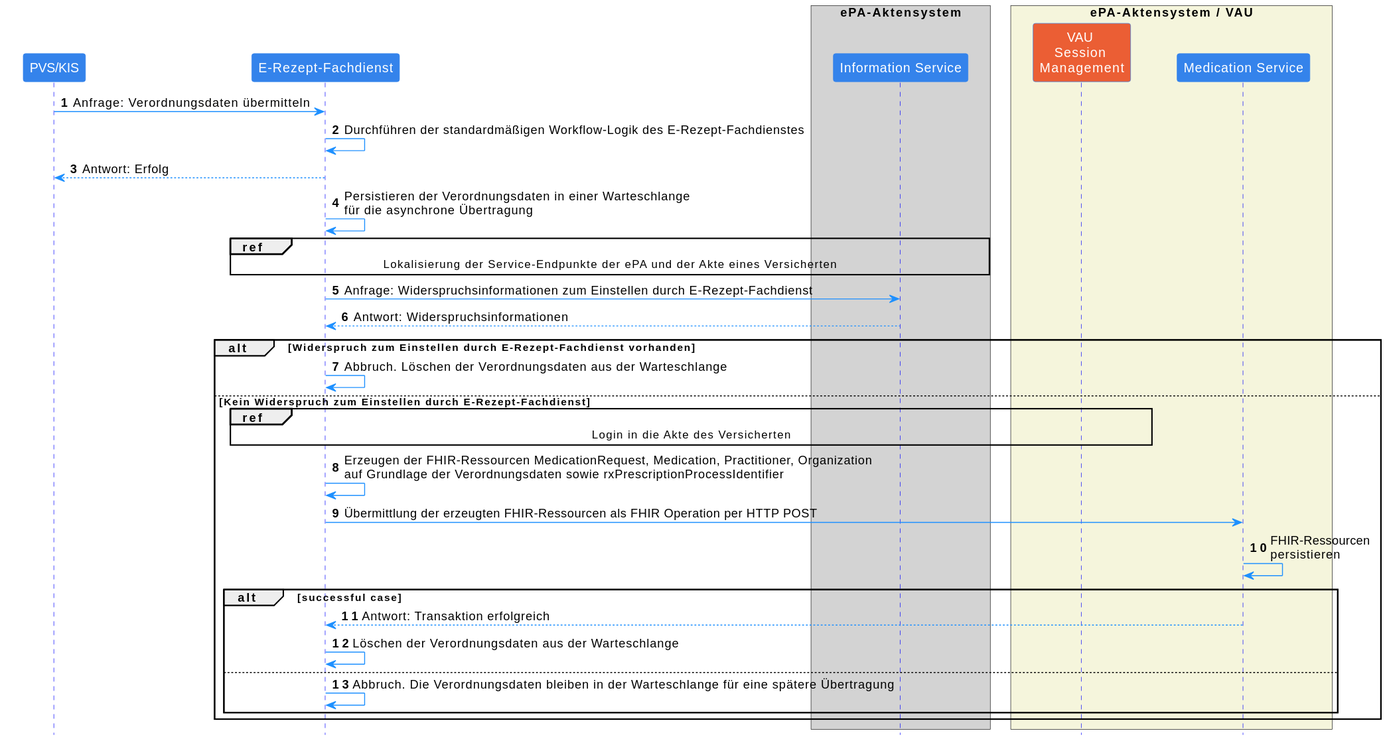
Before: images/plantuml/medicationmanagement.request.svg, a diagram exported from PlantUML (gematik/ePA-Medication).
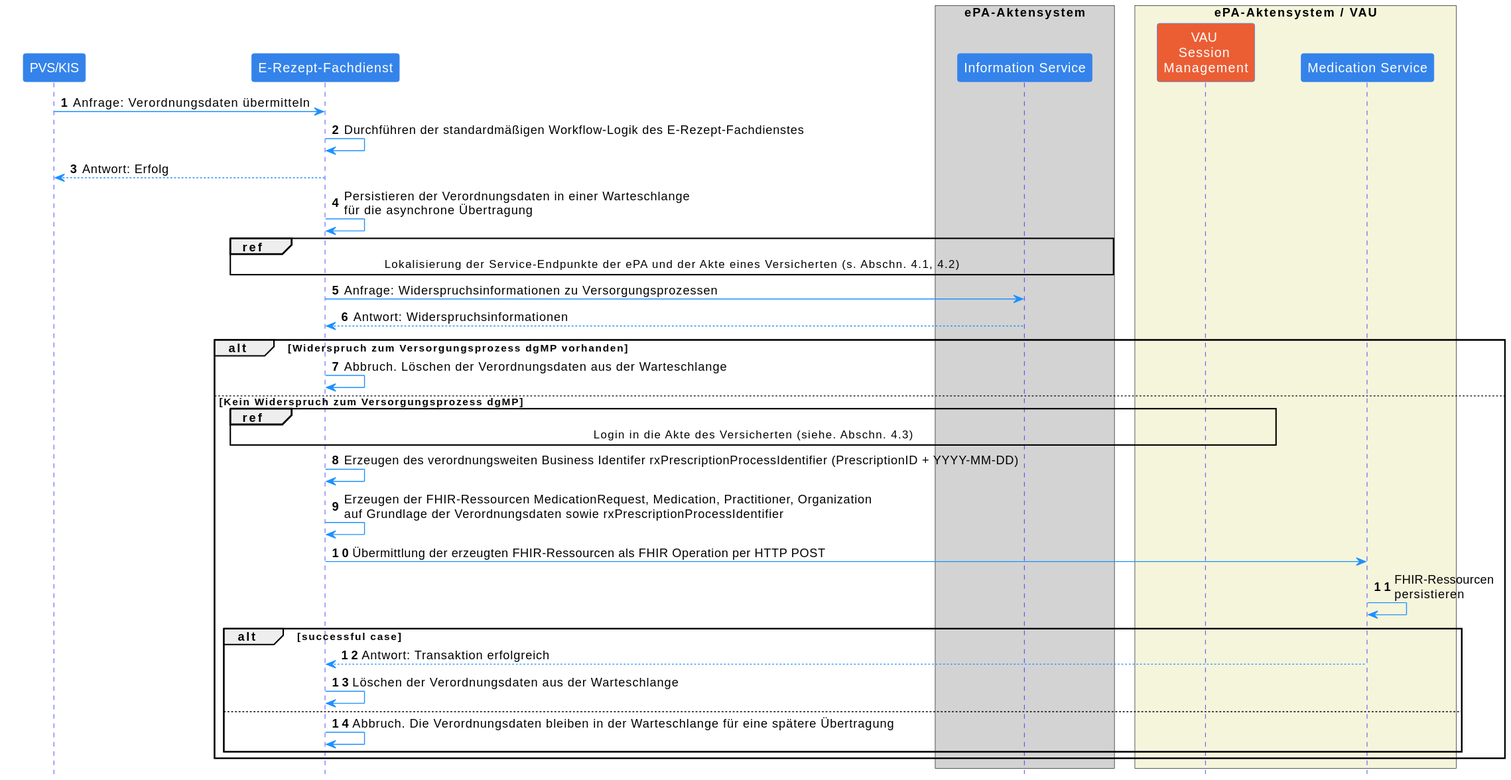
Later version of the same file.

What changed in the source:
```diff
@@ -1,4 +1,5 @@
 @startuml
+
 skinparam Shadowing false
 skinparam ParticipantPadding 20
 skinparam BoxPadding 10
@@ -39,17 +40,18 @@
 
 ERFD -> ERFD: Persistieren der Verordnungsdaten in einer Warteschlange\nfür die asynchrone Übertragung
 
-ref over ERFD, IS: Lokalisierung der Service-Endpunkte der ePA und der Akte eines Versicherten
+ref over ERFD, IS: Lokalisierung der Service-Endpunkte der ePA und der Akte eines Versicherten (s. Abschn. 4.1, 4.2)
 
-ERFD -> IS: Anfrage: Widerspruchsinformationen zum Einstellen durch E-Rezept-Fachdienst
+ERFD -> IS: Anfrage: Widerspruchsinformationen zu Versorgungsprozessen
 IS --> ERFD: Antwort: Widerspruchsinformationen
 
-alt Widerspruch zum Einstellen durch E-Rezept-Fachdienst vorhanden
+alt Widerspruch zum Versorgungsprozess dgMP vorhanden
     ERFD -> ERFD: Abbruch. Löschen der Verordnungsdaten aus der Warteschlange
-else Kein Widerspruch zum Einstellen durch E-Rezept-Fachdienst
+else Kein Widerspruch zum Versorgungsprozess dgMP
 
-    ref over ERFD, VAU: Login in die Akte des Versicherten
+    ref over ERFD, VAU: Login in die Akte des Versicherten (siehe. Abschn. 4.3)
 
+    ERFD -> ERFD: Erzeugen des verordnungsweiten Business Identifer rxPrescriptionProcessIdentifier (PrescriptionID + YYYY-MM-DD)
     ERFD -> ERFD: Erzeugen der FHIR-Ressourcen MedicationRequest, Medication, Practitioner, Organization\nauf Grundlage der Verordnungsdaten sowie rxPrescriptionProcessIdentifier
     ERFD -> EPA: Übermittlung der erzeugten FHIR-Ressourcen als FHIR Operation per HTTP POST
     EPA -> EPA: FHIR-Ressourcen\npersistieren
@@ -62,4 +64,5 @@
     end
 
 end
+
 @enduml
```
